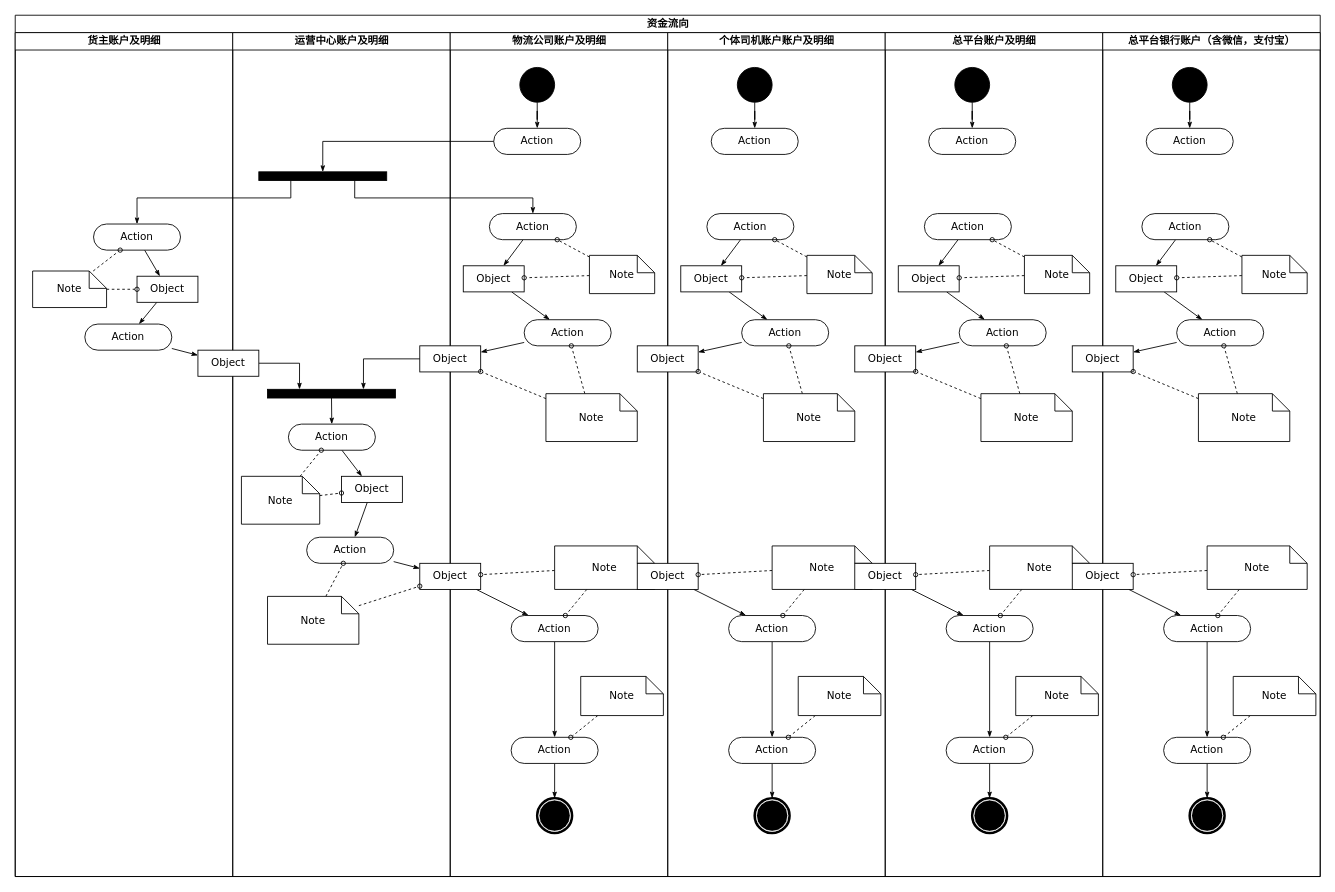
Above: Untitled Diagram.drawio in ChenYongGang/network (draw.io), before the change. Source tidied: cells renumbered, new cells numbered last; positions are measured from the earlier drawing's top-left corner, leaving out a move shared by most shapes. Both pictures are drawn from the tidied source at 87%, with x=0, y=0 at pixel (15, 15).
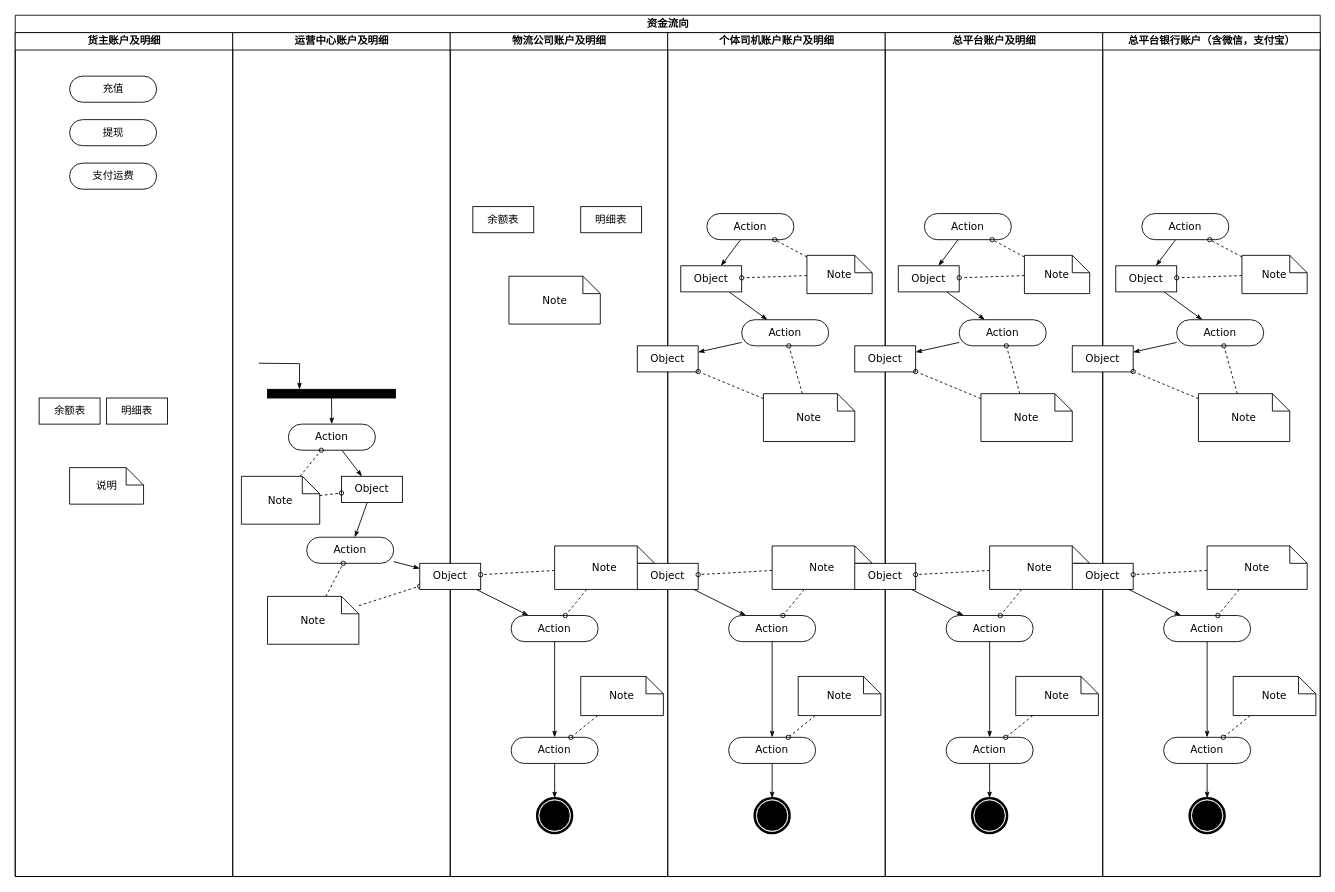
The same diagram, later.

Unchanged cells that the change refers to:
```xml
<mxCell id="2" value="资金流向" style="swimlane;html=1;startSize=20;rounded=0;shadow=0;comic=0;labelBackgroundColor=none;strokeWidth=1;fontFamily=Verdana;fontSize=12;align=center;" parent="1" vertex="1">
  <mxGeometry width="1500" height="990" as="geometry" />
</mxCell>
<mxCell id="3" value="货主账户及明细" style="swimlane;html=1;startSize=20;" parent="2" vertex="1">
  <mxGeometry y="20" width="250" height="970" as="geometry" />
</mxCell>
<mxCell id="12" value="运营中心账户及明细" style="swimlane;html=1;startSize=20;" parent="2" vertex="1">
  <mxGeometry x="250" y="20" width="250" height="970" as="geometry" />
</mxCell>
<mxCell id="17" style="whiteSpace=wrap;html=1;rounded=0;shadow=0;comic=0;labelBackgroundColor=none;strokeWidth=1;fillColor=#000000;fontFamily=Verdana;fontSize=12;align=center;rotation=0;" parent="12" vertex="1">
  <mxGeometry x="40" y="410" width="147" height="10" as="geometry" />
</mxCell>
<mxCell id="22" value="Action" style="rounded=1;whiteSpace=wrap;html=1;shadow=0;comic=0;labelBackgroundColor=none;strokeWidth=1;fontFamily=Verdana;fontSize=12;align=center;arcSize=50;" parent="12" vertex="1">
  <mxGeometry x="85" y="580" width="100" height="30" as="geometry" />
</mxCell>
<mxCell id="27" value="Note" style="shape=note;whiteSpace=wrap;html=1;rounded=0;shadow=0;comic=0;labelBackgroundColor=none;strokeWidth=1;fontFamily=Verdana;fontSize=12;align=center;size=20;" parent="12" vertex="1">
  <mxGeometry x="40" y="648" width="105" height="55" as="geometry" />
</mxCell>
<mxCell id="28" value="物流公司账户及明细" style="swimlane;html=1;startSize=20;" parent="2" vertex="1">
  <mxGeometry x="500" y="20" width="250" height="970" as="geometry" />
</mxCell>
<mxCell id="40" value="Object" style="rounded=0;whiteSpace=wrap;html=1;shadow=0;comic=0;labelBackgroundColor=none;strokeWidth=1;fontFamily=Verdana;fontSize=12;align=center;arcSize=50;" parent="28" vertex="1">
  <mxGeometry x="-35" y="610" width="70" height="30" as="geometry" />
</mxCell>
<mxCell id="64" value="个体司机账户账户及明细" style="swimlane;html=1;startSize=20;" parent="2" vertex="1">
  <mxGeometry x="750" y="20" width="250" height="970" as="geometry" />
</mxCell>
<mxCell id="93" value="总平台账户及明细" style="swimlane;html=1;startSize=20;" parent="2" vertex="1">
  <mxGeometry x="1000" y="20" width="250" height="970" as="geometry" />
</mxCell>
<mxCell id="122" value="总平台银行账户（含微信，支付宝）" style="swimlane;html=1;startSize=20;" parent="2" vertex="1">
  <mxGeometry x="1250" y="20" width="250" height="970" as="geometry" />
</mxCell>
```

The edit, as a diff of the source:
```diff
@@
-    <mxCell id="4" style="edgeStyle=none;rounded=0;html=1;labelBackgroundColor=none;startArrow=none;startFill=0;startSize=5;endArrow=classicThin;endFill=1;endSize=5;jettySize=auto;strokeWidth=1;fontFamily=Verdana;fontSize=12;" parent="3" edge="1" source="5" target="8">
-      <mxGeometry relative="1" as="geometry" />
-    </mxCell>
-    <mxCell id="5" value="Action" style="rounded=1;whiteSpace=wrap;html=1;shadow=0;comic=0;labelBackgroundColor=none;strokeWidth=1;fontFamily=Verdana;fontSize=12;align=center;arcSize=50;" parent="3" vertex="1">
-      <mxGeometry x="90" y="220" width="100" height="30" as="geometry" />
+    <mxCell id="5" value="提现" style="rounded=1;whiteSpace=wrap;html=1;shadow=0;comic=0;labelBackgroundColor=none;strokeWidth=1;fontFamily=Verdana;fontSize=12;align=center;arcSize=50;" parent="3" vertex="1">
+      <mxGeometry x="62.5" y="100" width="100" height="30" as="geometry" />
     </mxCell>
-    <mxCell id="6" value="Action" style="rounded=1;whiteSpace=wrap;html=1;shadow=0;comic=0;labelBackgroundColor=none;strokeWidth=1;fontFamily=Verdana;fontSize=12;align=center;arcSize=50;" parent="3" vertex="1">
-      <mxGeometry x="80" y="335" width="100" height="30" as="geometry" />
-    </mxCell>
-    <mxCell id="7" style="edgeStyle=none;rounded=0;html=1;labelBackgroundColor=none;startArrow=none;startFill=0;startSize=5;endArrow=classicThin;endFill=1;endSize=5;jettySize=auto;strokeWidth=1;fontFamily=Verdana;fontSize=12;" parent="3" edge="1" source="8" target="6">
-      <mxGeometry relative="1" as="geometry" />
-    </mxCell>
-    <mxCell id="8" value="Object" style="rounded=0;whiteSpace=wrap;html=1;shadow=0;comic=0;labelBackgroundColor=none;strokeWidth=1;fontFamily=Verdana;fontSize=12;align=center;arcSize=50;" parent="3" vertex="1">
-      <mxGeometry x="140" y="280" width="70" height="30" as="geometry" />
-    </mxCell>
-    <mxCell id="9" style="edgeStyle=none;rounded=0;html=1;labelBackgroundColor=none;startArrow=none;startFill=0;startSize=5;endArrow=oval;endFill=0;endSize=5;jettySize=auto;strokeWidth=1;fontFamily=Verdana;fontSize=12;dashed=1;" parent="3" edge="1" source="11" target="5">
-      <mxGeometry relative="1" as="geometry" />
-    </mxCell>
-    <mxCell id="10" style="edgeStyle=none;rounded=0;html=1;dashed=1;labelBackgroundColor=none;startArrow=none;startFill=0;startSize=5;endArrow=oval;endFill=0;endSize=5;jettySize=auto;strokeWidth=1;fontFamily=Verdana;fontSize=12;" parent="3" edge="1" source="11" target="8">
-      <mxGeometry relative="1" as="geometry" />
-    </mxCell>
-    <mxCell id="11" value="Note" style="shape=note;whiteSpace=wrap;html=1;rounded=0;shadow=0;comic=0;labelBackgroundColor=none;strokeWidth=1;fontFamily=Verdana;fontSize=12;align=center;size=20;" parent="3" vertex="1">
-      <mxGeometry x="20" y="274" width="85" height="42" as="geometry" />
+    <mxCell id="11" value="说明" style="shape=note;whiteSpace=wrap;html=1;rounded=0;shadow=0;comic=0;labelBackgroundColor=none;strokeWidth=1;fontFamily=Verdana;fontSize=12;align=center;size=20;" parent="3" vertex="1">
+      <mxGeometry x="62.5" y="500" width="85" height="42" as="geometry" />
     </mxCell>
+    <mxCell id="151" value="充值" style="rounded=1;whiteSpace=wrap;html=1;shadow=0;comic=0;labelBackgroundColor=none;strokeWidth=1;fontFamily=Verdana;fontSize=12;align=center;arcSize=50;" parent="3" vertex="1">
+      <mxGeometry x="62.5" y="50" width="100" height="30" as="geometry" />
+    </mxCell>
+    <mxCell id="152" value="余额表" style="rounded=0;whiteSpace=wrap;html=1;shadow=0;comic=0;labelBackgroundColor=none;strokeWidth=1;fontFamily=Verdana;fontSize=12;align=center;arcSize=50;" parent="3" vertex="1">
+      <mxGeometry x="27.5" y="420" width="70" height="30" as="geometry" />
+    </mxCell>
+    <mxCell id="153" value="明细表" style="rounded=0;whiteSpace=wrap;html=1;shadow=0;comic=0;labelBackgroundColor=none;strokeWidth=1;fontFamily=Verdana;fontSize=12;align=center;arcSize=50;" parent="3" vertex="1">
+      <mxGeometry x="105" y="420" width="70" height="30" as="geometry" />
+    </mxCell>
+    <mxCell id="154" value="支付运费" style="rounded=1;whiteSpace=wrap;html=1;shadow=0;comic=0;labelBackgroundColor=none;strokeWidth=1;fontFamily=Verdana;fontSize=12;align=center;arcSize=50;" parent="3" vertex="1">
+      <mxGeometry x="62.5" y="150" width="100" height="30" as="geometry" />
+    </mxCell>
@@
-    <mxCell id="13" style="whiteSpace=wrap;html=1;rounded=0;shadow=0;comic=0;labelBackgroundColor=none;strokeWidth=1;fillColor=#000000;fontFamily=Verdana;fontSize=12;align=center;rotation=0;" parent="12" vertex="1">
-      <mxGeometry x="30" y="160" width="147" height="10" as="geometry" />
-    </mxCell>
@@
-    <mxCell id="18" style="edgeStyle=orthogonalEdgeStyle;rounded=0;html=1;entryX=0.25;entryY=0;labelBackgroundColor=none;startArrow=none;startFill=0;startSize=5;endArrow=classicThin;endFill=1;endSize=5;jettySize=auto;strokeWidth=1;fontFamily=Verdana;fontSize=12;" parent="12" edge="1" source="19" target="17">
-      <mxGeometry relative="1" as="geometry" />
+    <mxCell id="18" style="edgeStyle=orthogonalEdgeStyle;rounded=0;html=1;entryX=0.25;entryY=0;labelBackgroundColor=none;startArrow=none;startFill=0;startSize=5;endArrow=classicThin;endFill=1;endSize=5;jettySize=auto;strokeWidth=1;fontFamily=Verdana;fontSize=12;" parent="12" edge="1" target="17">
+      <mxGeometry relative="1" as="geometry">
+        <mxPoint x="30" y="380" as="sourcePoint" />
+      </mxGeometry>
     </mxCell>
-    <mxCell id="19" value="Object" style="rounded=0;whiteSpace=wrap;html=1;shadow=0;comic=0;labelBackgroundColor=none;strokeWidth=1;fontFamily=Verdana;fontSize=12;align=center;arcSize=50;" parent="12" vertex="1">
-      <mxGeometry x="-40" y="365" width="70" height="30" as="geometry" />
-    </mxCell>
@@
+    <mxCell id="62" style="edgeStyle=none;rounded=0;html=1;labelBackgroundColor=none;startArrow=none;startFill=0;startSize=5;endArrow=classicThin;endFill=1;endSize=5;jettySize=auto;strokeWidth=1;fontFamily=Verdana;fontSize=12;" parent="2" edge="1" source="22" target="40">
+      <mxGeometry relative="1" as="geometry" />
+    </mxCell>
+    <mxCell id="63" style="edgeStyle=none;rounded=0;html=1;dashed=1;labelBackgroundColor=none;startArrow=none;startFill=0;startSize=5;endArrow=oval;endFill=0;endSize=5;jettySize=auto;strokeWidth=1;fontFamily=Verdana;fontSize=12;" parent="2" edge="1" source="27" target="40">
+      <mxGeometry relative="1" as="geometry" />
+    </mxCell>
@@
-    <mxCell id="29" style="edgeStyle=orthogonalEdgeStyle;rounded=0;html=1;labelBackgroundColor=none;startArrow=none;startFill=0;startSize=5;endArrow=classicThin;endFill=1;endSize=5;jettySize=auto;strokeWidth=1;fontFamily=Verdana;fontSize=12;" parent="28" edge="1" source="30" target="31">
-      <mxGeometry relative="1" as="geometry" />
-    </mxCell>
-    <mxCell id="30" style="ellipse;whiteSpace=wrap;html=1;rounded=0;shadow=0;comic=0;labelBackgroundColor=none;strokeWidth=1;fillColor=#000000;fontFamily=Verdana;fontSize=12;align=center;" parent="28" vertex="1">
-      <mxGeometry x="80" y="40" width="40" height="40" as="geometry" />
-    </mxCell>
-    <mxCell id="31" value="Action" style="rounded=1;whiteSpace=wrap;html=1;shadow=0;comic=0;labelBackgroundColor=none;strokeWidth=1;fontFamily=Verdana;fontSize=12;align=center;arcSize=50;" parent="28" vertex="1">
-      <mxGeometry x="50" y="110" width="100" height="30" as="geometry" />
-    </mxCell>
-    <mxCell id="32" style="rounded=0;html=1;labelBackgroundColor=none;startArrow=none;startFill=0;startSize=5;endArrow=classicThin;endFill=1;endSize=5;jettySize=auto;strokeWidth=1;fontFamily=Verdana;fontSize=12;" parent="28" edge="1" source="33" target="37">
-      <mxGeometry relative="1" as="geometry" />
-    </mxCell>
-    <mxCell id="33" value="Action" style="rounded=1;whiteSpace=wrap;html=1;shadow=0;comic=0;labelBackgroundColor=none;strokeWidth=1;fontFamily=Verdana;fontSize=12;align=center;arcSize=50;" parent="28" vertex="1">
-      <mxGeometry x="45" y="208" width="100" height="30" as="geometry" />
-    </mxCell>
-    <mxCell id="34" style="edgeStyle=none;rounded=0;html=1;labelBackgroundColor=none;startArrow=none;startFill=0;startSize=5;endArrow=classicThin;endFill=1;endSize=5;jettySize=auto;strokeWidth=1;fontFamily=Verdana;fontSize=12;" parent="28" edge="1" source="35" target="38">
-      <mxGeometry relative="1" as="geometry" />
-    </mxCell>
-    <mxCell id="35" value="Action" style="rounded=1;whiteSpace=wrap;html=1;shadow=0;comic=0;labelBackgroundColor=none;strokeWidth=1;fontFamily=Verdana;fontSize=12;align=center;arcSize=50;" parent="28" vertex="1">
-      <mxGeometry x="85" y="330" width="100" height="30" as="geometry" />
-    </mxCell>
-    <mxCell id="36" style="edgeStyle=none;rounded=0;html=1;labelBackgroundColor=none;startArrow=none;startFill=0;startSize=5;endArrow=classicThin;endFill=1;endSize=5;jettySize=auto;strokeWidth=1;fontFamily=Verdana;fontSize=12;" parent="28" edge="1" source="37" target="35">
-      <mxGeometry relative="1" as="geometry" />
-    </mxCell>
-    <mxCell id="37" value="Object" style="rounded=0;whiteSpace=wrap;html=1;shadow=0;comic=0;labelBackgroundColor=none;strokeWidth=1;fontFamily=Verdana;fontSize=12;align=center;arcSize=50;" parent="28" vertex="1">
-      <mxGeometry x="15" y="268" width="70" height="30" as="geometry" />
+    <mxCell id="37" value="余额表" style="rounded=0;whiteSpace=wrap;html=1;shadow=0;comic=0;labelBackgroundColor=none;strokeWidth=1;fontFamily=Verdana;fontSize=12;align=center;arcSize=50;" parent="28" vertex="1">
+      <mxGeometry x="26" y="200" width="70" height="30" as="geometry" />
     </mxCell>
-    <mxCell id="38" value="Object" style="rounded=0;whiteSpace=wrap;html=1;shadow=0;comic=0;labelBackgroundColor=none;strokeWidth=1;fontFamily=Verdana;fontSize=12;align=center;arcSize=50;" parent="28" vertex="1">
-      <mxGeometry x="-35" y="360" width="70" height="30" as="geometry" />
-    </mxCell>
@@
-    <mxCell id="46" style="edgeStyle=none;rounded=0;html=1;dashed=1;labelBackgroundColor=none;startArrow=none;startFill=0;startSize=5;endArrow=oval;endFill=0;endSize=5;jettySize=auto;strokeWidth=1;fontFamily=Verdana;fontSize=12;" parent="28" edge="1" source="48" target="33">
-      <mxGeometry relative="1" as="geometry" />
-    </mxCell>
-    <mxCell id="47" style="edgeStyle=none;rounded=0;html=1;dashed=1;labelBackgroundColor=none;startArrow=none;startFill=0;startSize=5;endArrow=oval;endFill=0;endSize=5;jettySize=auto;strokeWidth=1;fontFamily=Verdana;fontSize=12;" parent="28" edge="1" source="48" target="37">
-      <mxGeometry relative="1" as="geometry" />
-    </mxCell>
-    <mxCell id="48" value="Note" style="shape=note;whiteSpace=wrap;html=1;rounded=0;shadow=0;comic=0;labelBackgroundColor=none;strokeWidth=1;fontFamily=Verdana;fontSize=12;align=center;size=20;" parent="28" vertex="1">
-      <mxGeometry x="160" y="256" width="75" height="44" as="geometry" />
-    </mxCell>
-    <mxCell id="49" style="edgeStyle=none;rounded=0;html=1;dashed=1;labelBackgroundColor=none;startArrow=none;startFill=0;startSize=5;endArrow=oval;endFill=0;endSize=5;jettySize=auto;strokeWidth=1;fontFamily=Verdana;fontSize=12;" parent="28" edge="1" source="51" target="35">
-      <mxGeometry relative="1" as="geometry" />
-    </mxCell>
-    <mxCell id="50" style="edgeStyle=none;rounded=0;html=1;dashed=1;labelBackgroundColor=none;startArrow=none;startFill=0;startSize=5;endArrow=oval;endFill=0;endSize=5;jettySize=auto;strokeWidth=1;fontFamily=Verdana;fontSize=12;" parent="28" edge="1" source="51" target="38">
-      <mxGeometry relative="1" as="geometry" />
-    </mxCell>
     <mxCell id="51" value="Note" style="shape=note;whiteSpace=wrap;html=1;rounded=0;shadow=0;comic=0;labelBackgroundColor=none;strokeWidth=1;fontFamily=Verdana;fontSize=12;align=center;size=20;" parent="28" vertex="1">
-      <mxGeometry x="110" y="415" width="105" height="55" as="geometry" />
+      <mxGeometry x="67.5" y="280" width="105" height="55" as="geometry" />
     </mxCell>
@@
-    <mxCell id="57" style="edgeStyle=orthogonalEdgeStyle;rounded=0;html=1;entryX=0.5;entryY=0;labelBackgroundColor=none;startArrow=none;startFill=0;startSize=5;endArrow=classicThin;endFill=1;endSize=5;jettySize=auto;strokeWidth=1;fontFamily=Verdana;fontSize=12;" parent="2" edge="1" source="31" target="13">
-      <mxGeometry relative="1" as="geometry">
-        <Array as="points">
-          <mxPoint x="354" y="145" />
-        </Array>
-      </mxGeometry>
-    </mxCell>
-    <mxCell id="58" style="edgeStyle=orthogonalEdgeStyle;rounded=0;html=1;exitX=0.75;exitY=1;labelBackgroundColor=none;startArrow=none;startFill=0;startSize=5;endArrow=classicThin;endFill=1;endSize=5;jettySize=auto;strokeWidth=1;fontFamily=Verdana;fontSize=12;" parent="2" edge="1" source="13" target="33">
-      <mxGeometry relative="1" as="geometry">
-        <Array as="points">
-          <mxPoint x="390" y="210" />
-          <mxPoint x="595" y="210" />
-        </Array>
-      </mxGeometry>
-    </mxCell>
-    <mxCell id="59" style="edgeStyle=orthogonalEdgeStyle;rounded=0;html=1;exitX=0.25;exitY=1;entryX=0.5;entryY=0;labelBackgroundColor=none;startArrow=none;startFill=0;startSize=5;endArrow=classicThin;endFill=1;endSize=5;jettySize=auto;strokeWidth=1;fontFamily=Verdana;fontSize=12;" parent="2" edge="1" source="13" target="5">
-      <mxGeometry relative="1" as="geometry">
-        <Array as="points">
-          <mxPoint x="317" y="210" />
-          <mxPoint x="140" y="210" />
-        </Array>
-      </mxGeometry>
-    </mxCell>
-    <mxCell id="60" style="edgeStyle=orthogonalEdgeStyle;rounded=0;html=1;entryX=0.75;entryY=0;labelBackgroundColor=none;startArrow=none;startFill=0;startSize=5;endArrow=classicThin;endFill=1;endSize=5;jettySize=auto;strokeWidth=1;fontFamily=Verdana;fontSize=12;" parent="2" edge="1" source="38" target="17">
-      <mxGeometry relative="1" as="geometry" />
-    </mxCell>
-    <mxCell id="61" style="edgeStyle=none;rounded=0;html=1;labelBackgroundColor=none;startArrow=none;startFill=0;startSize=5;endArrow=classicThin;endFill=1;endSize=5;jettySize=auto;strokeWidth=1;fontFamily=Verdana;fontSize=12;" parent="2" edge="1" source="6" target="19">
-      <mxGeometry relative="1" as="geometry" />
-    </mxCell>
-    <mxCell id="62" style="edgeStyle=none;rounded=0;html=1;labelBackgroundColor=none;startArrow=none;startFill=0;startSize=5;endArrow=classicThin;endFill=1;endSize=5;jettySize=auto;strokeWidth=1;fontFamily=Verdana;fontSize=12;" parent="2" edge="1" source="22" target="40">
-      <mxGeometry relative="1" as="geometry" />
-    </mxCell>
-    <mxCell id="63" style="edgeStyle=none;rounded=0;html=1;dashed=1;labelBackgroundColor=none;startArrow=none;startFill=0;startSize=5;endArrow=oval;endFill=0;endSize=5;jettySize=auto;strokeWidth=1;fontFamily=Verdana;fontSize=12;" parent="2" edge="1" source="27" target="40">
-      <mxGeometry relative="1" as="geometry" />
-    </mxCell>
+    <mxCell id="155" value="明细表" style="rounded=0;whiteSpace=wrap;html=1;shadow=0;comic=0;labelBackgroundColor=none;strokeWidth=1;fontFamily=Verdana;fontSize=12;align=center;arcSize=50;" parent="28" vertex="1">
+      <mxGeometry x="150" y="200" width="70" height="30" as="geometry" />
+    </mxCell>
@@
-    <mxCell id="65" style="edgeStyle=orthogonalEdgeStyle;rounded=0;html=1;labelBackgroundColor=none;startArrow=none;startFill=0;startSize=5;endArrow=classicThin;endFill=1;endSize=5;jettySize=auto;strokeWidth=1;fontFamily=Verdana;fontSize=12;" parent="64" edge="1" source="66" target="67">
-      <mxGeometry relative="1" as="geometry" />
-    </mxCell>
-    <mxCell id="66" style="ellipse;whiteSpace=wrap;html=1;rounded=0;shadow=0;comic=0;labelBackgroundColor=none;strokeWidth=1;fillColor=#000000;fontFamily=Verdana;fontSize=12;align=center;" parent="64" vertex="1">
-      <mxGeometry x="80" y="40" width="40" height="40" as="geometry" />
-    </mxCell>
-    <mxCell id="67" value="Action" style="rounded=1;whiteSpace=wrap;html=1;shadow=0;comic=0;labelBackgroundColor=none;strokeWidth=1;fontFamily=Verdana;fontSize=12;align=center;arcSize=50;" parent="64" vertex="1">
-      <mxGeometry x="50" y="110" width="100" height="30" as="geometry" />
-    </mxCell>
@@
-    <mxCell id="94" style="edgeStyle=orthogonalEdgeStyle;rounded=0;html=1;labelBackgroundColor=none;startArrow=none;startFill=0;startSize=5;endArrow=classicThin;endFill=1;endSize=5;jettySize=auto;strokeWidth=1;fontFamily=Verdana;fontSize=12;" parent="93" edge="1" source="95" target="96">
-      <mxGeometry relative="1" as="geometry" />
-    </mxCell>
-    <mxCell id="95" style="ellipse;whiteSpace=wrap;html=1;rounded=0;shadow=0;comic=0;labelBackgroundColor=none;strokeWidth=1;fillColor=#000000;fontFamily=Verdana;fontSize=12;align=center;" parent="93" vertex="1">
-      <mxGeometry x="80" y="40" width="40" height="40" as="geometry" />
-    </mxCell>
-    <mxCell id="96" value="Action" style="rounded=1;whiteSpace=wrap;html=1;shadow=0;comic=0;labelBackgroundColor=none;strokeWidth=1;fontFamily=Verdana;fontSize=12;align=center;arcSize=50;" parent="93" vertex="1">
-      <mxGeometry x="50" y="110" width="100" height="30" as="geometry" />
-    </mxCell>
@@
-    <mxCell id="123" style="edgeStyle=orthogonalEdgeStyle;rounded=0;html=1;labelBackgroundColor=none;startArrow=none;startFill=0;startSize=5;endArrow=classicThin;endFill=1;endSize=5;jettySize=auto;strokeWidth=1;fontFamily=Verdana;fontSize=12;" parent="122" edge="1" source="124" target="125">
-      <mxGeometry relative="1" as="geometry" />
+    <mxCell id="123" style="edgeStyle=orthogonalEdgeStyle;rounded=0;html=1;labelBackgroundColor=none;startArrow=none;startFill=0;startSize=5;endArrow=classicThin;endFill=1;endSize=5;jettySize=auto;orthogonalLoop=1;strokeWidth=1;fontFamily=Verdana;fontSize=12;" parent="122" edge="1">
+      <mxGeometry relative="1" as="geometry">
+        <mxPoint x="100" y="110" as="targetPoint" />
+      </mxGeometry>
     </mxCell>
-    <mxCell id="124" style="ellipse;whiteSpace=wrap;html=1;rounded=0;shadow=0;comic=0;labelBackgroundColor=none;strokeWidth=1;fillColor=#000000;fontFamily=Verdana;fontSize=12;align=center;" parent="122" vertex="1">
-      <mxGeometry x="80" y="40" width="40" height="40" as="geometry" />
-    </mxCell>
-    <mxCell id="125" value="Action" style="rounded=1;whiteSpace=wrap;html=1;shadow=0;comic=0;labelBackgroundColor=none;strokeWidth=1;fontFamily=Verdana;fontSize=12;align=center;arcSize=50;" parent="122" vertex="1">
-      <mxGeometry x="50" y="110" width="100" height="30" as="geometry" />
-    </mxCell>
```
